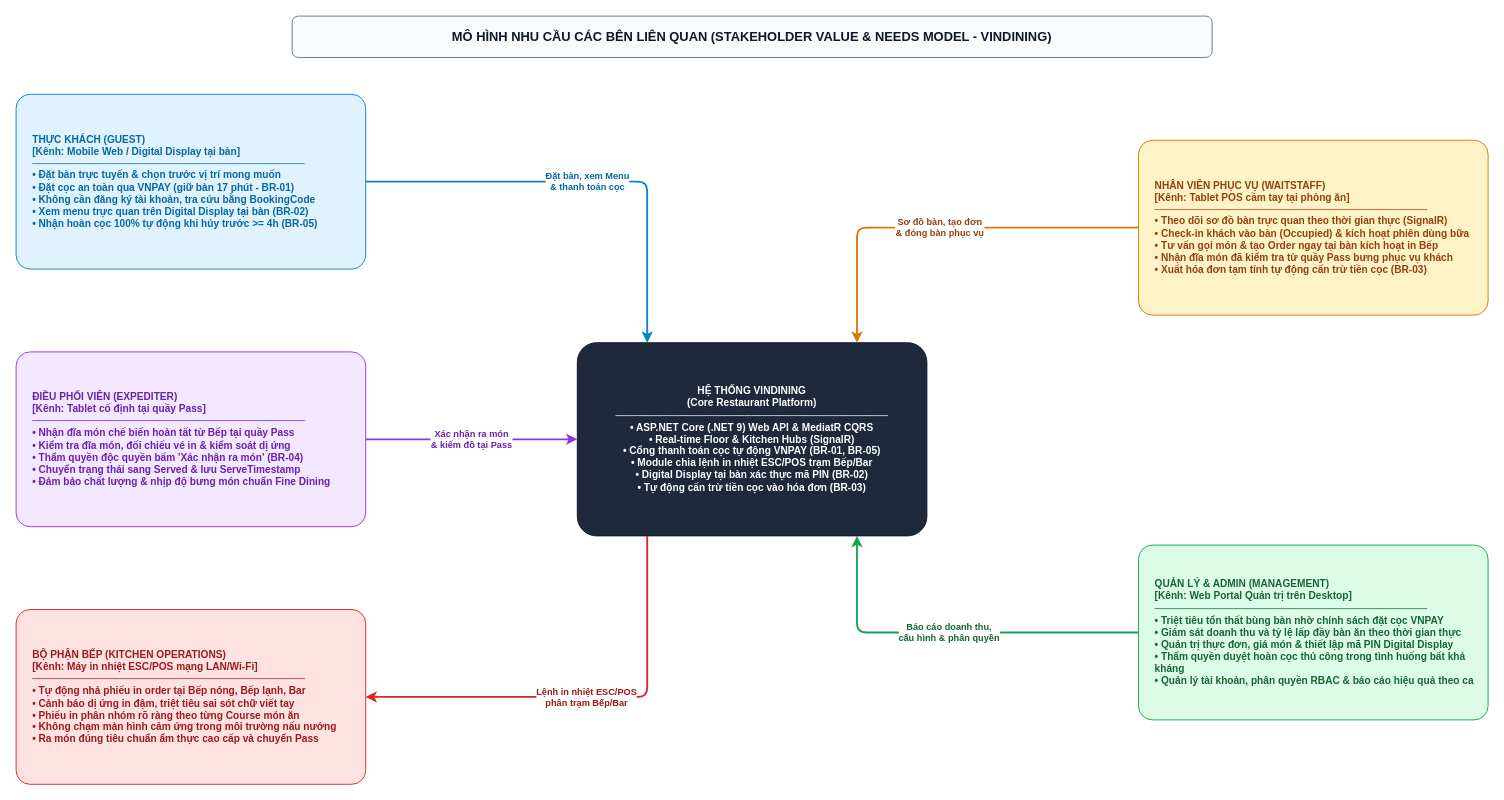
Before: docs/phase1/drawio/stakeholder_needs.drawio in AndrewQng/VinDining, a draw.io diagram. Source tidied: cells renumbered, new cells numbered last; positions are measured from the earlier drawing's top-left corner, leaving out a move shared by most shapes. Both pictures are drawn from the tidied source at 92%, with x=0, y=0 at pixel (16, 16).
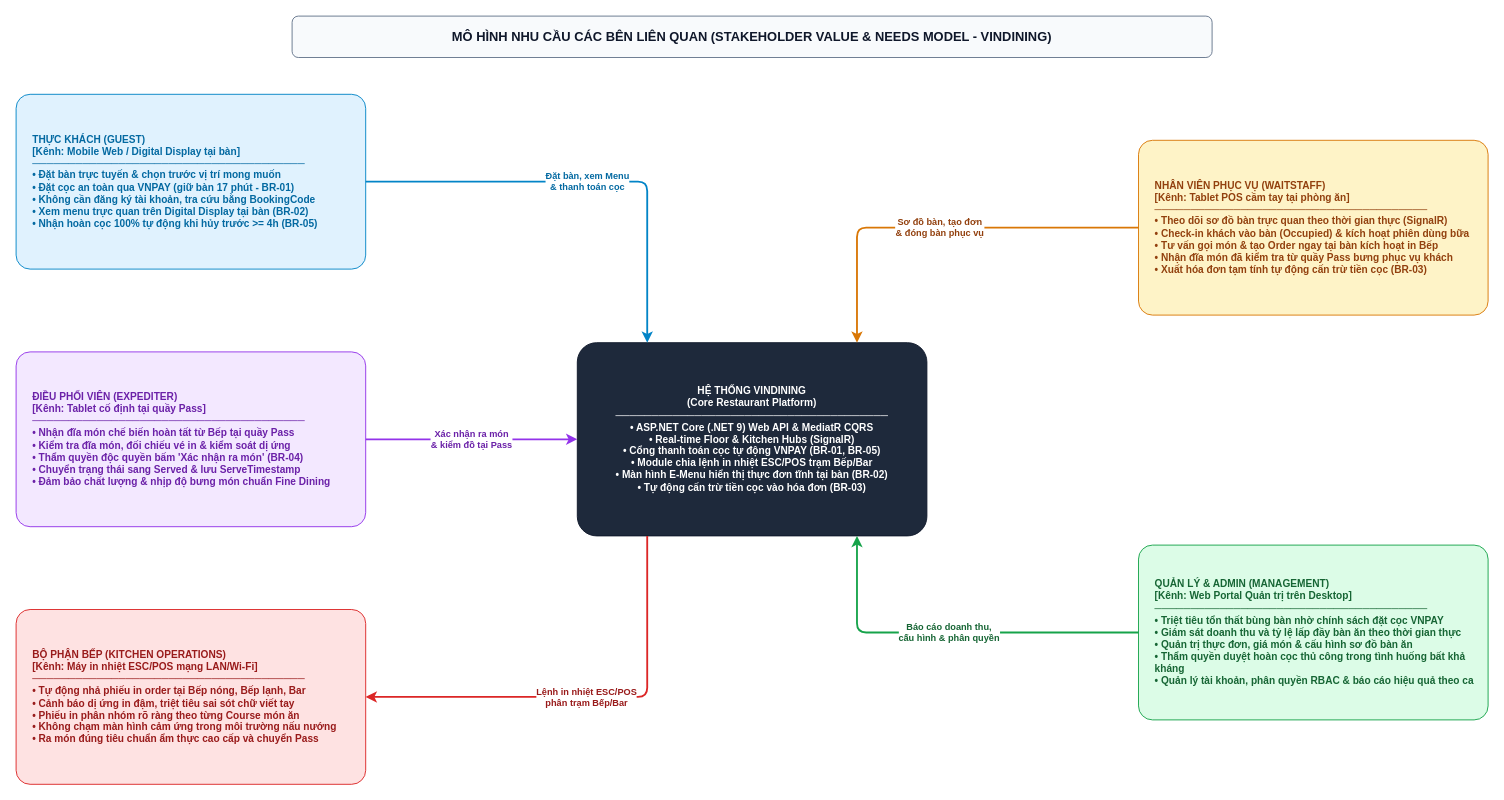
After the change.

Change to the diagram source:
```diff
@@
 <mxGraphModel>
   <root>
     <mxCell id="0" />
     <mxCell id="1" parent="0" />
     <mxCell id="2" value="MÔ HÌNH NHU CẦU CÁC BÊN LIÊN QUAN (STAKEHOLDER VALUE &amp; NEEDS MODEL - VINDINING)" style="rounded=1;whiteSpace=wrap;html=1;fillColor=#f8fafc;strokeColor=#64748b;fontStyle=1;fontSize=14;fontColor=#0f172a;" parent="1" vertex="1">
       <mxGeometry x="300" width="1000" height="45" as="geometry" />
     </mxCell>
-    <mxCell id="3" value="HỆ THỐNG VINDINING&#10;(Core Restaurant Platform)&#10;──────────────────────────────────────&#10;• ASP.NET Core (.NET 9) Web API &amp; MediatR CQRS&#10;• Real-time Floor &amp; Kitchen Hubs (SignalR)&#10;• Cổng thanh toán cọc tự động VNPAY (BR-01, BR-05)&#10;• Module chia lệnh in nhiệt ESC/POS trạm Bếp/Bar&#10;• Digital Display tại bàn xác thực mã PIN (BR-02)&#10;• Tự động cấn trừ tiền cọc vào hóa đơn (BR-03)" style="rounded=1;arcSize=10;whiteSpace=wrap;html=1;fillColor=#1e293b;strokeColor=#0f172a;fontColor=#ffffff;fontStyle=1;fontSize=11;align=center;verticalAlign=middle;spacing=10;" parent="1" vertex="1">
+    <mxCell id="3" value="HỆ THỐNG VINDINING&#10;(Core Restaurant Platform)&#10;──────────────────────────────────────&#10;• ASP.NET Core (.NET 9) Web API &amp; MediatR CQRS&#10;• Real-time Floor &amp; Kitchen Hubs (SignalR)&#10;• Cổng thanh toán cọc tự động VNPAY (BR-01, BR-05)&#10;• Module chia lệnh in nhiệt ESC/POS trạm Bếp/Bar&#10;• Màn hình E-Menu hiển thị thực đơn tĩnh tại bàn (BR-02)&#10;• Tự động cấn trừ tiền cọc vào hóa đơn (BR-03)" style="rounded=1;arcSize=10;whiteSpace=wrap;html=1;fillColor=#1e293b;strokeColor=#0f172a;fontColor=#ffffff;fontStyle=1;fontSize=11;align=center;verticalAlign=middle;spacing=10;" parent="1" vertex="1">
       <mxGeometry x="610" y="355" width="380" height="210" as="geometry" />
     </mxCell>
     <mxCell id="4" value="THỰC KHÁCH (GUEST)&#10;[Kênh: Mobile Web / Digital Display tại bàn]&#10;──────────────────────────────────────&#10;• Đặt bàn trực tuyến &amp; chọn trước vị trí mong muốn&#10;• Đặt cọc an toàn qua VNPAY (giữ bàn 17 phút - BR-01)&#10;• Không cần đăng ký tài khoản, tra cứu bằng BookingCode&#10;• Xem menu trực quan trên Digital Display tại bàn (BR-02)&#10;• Nhận hoàn cọc 100% tự động khi hủy trước &gt;= 4h (BR-05)" style="rounded=1;arcSize=8;whiteSpace=wrap;html=1;fillColor=#e0f2fe;strokeColor=#0284c7;fontColor=#0369a1;fontStyle=1;fontSize=11;align=left;verticalAlign=middle;spacingLeft=16;" parent="1" vertex="1">
       <mxGeometry y="85" width="380" height="190" as="geometry" />
     </mxCell>
     <mxCell id="5" value="ĐIỀU PHỐI VIÊN (EXPEDITER)&#10;[Kênh: Tablet cố định tại quầy Pass]&#10;──────────────────────────────────────&#10;• Nhận đĩa món chế biến hoàn tất từ Bếp tại quầy Pass&#10;• Kiểm tra đĩa món, đối chiếu vé in &amp; kiểm soát dị ứng&#10;• Thẩm quyền độc quyền bấm 'Xác nhận ra món' (BR-04)&#10;• Chuyển trạng thái sang Served &amp; lưu ServeTimestamp&#10;• Đảm bảo chất lượng &amp; nhịp độ bưng món chuẩn Fine Dining" style="rounded=1;arcSize=8;whiteSpace=wrap;html=1;fillColor=#f3e8ff;strokeColor=#9333ea;fontColor=#6b21a8;fontStyle=1;fontSize=11;align=left;verticalAlign=middle;spacingLeft=16;" parent="1" vertex="1">
       <mxGeometry y="365" width="380" height="190" as="geometry" />
     </mxCell>
     <mxCell id="6" value="BỘ PHẬN BẾP (KITCHEN OPERATIONS)&#10;[Kênh: Máy in nhiệt ESC/POS mạng LAN/Wi-Fi]&#10;──────────────────────────────────────&#10;• Tự động nhả phiếu in order tại Bếp nóng, Bếp lạnh, Bar&#10;• Cảnh báo dị ứng in đậm, triệt tiêu sai sót chữ viết tay&#10;• Phiếu in phân nhóm rõ ràng theo từng Course món ăn&#10;• Không chạm màn hình cảm ứng trong môi trường nấu nướng&#10;• Ra món đúng tiêu chuẩn ẩm thực cao cấp và chuyển Pass" style="rounded=1;arcSize=8;whiteSpace=wrap;html=1;fillColor=#fee2e2;strokeColor=#dc2626;fontColor=#991b1b;fontStyle=1;fontSize=11;align=left;verticalAlign=middle;spacingLeft=16;" parent="1" vertex="1">
       <mxGeometry y="645" width="380" height="190" as="geometry" />
     </mxCell>
     <mxCell id="7" value="NHÂN VIÊN PHỤC VỤ (WAITSTAFF)&#10;[Kênh: Tablet POS cầm tay tại phòng ăn]&#10;──────────────────────────────────────&#10;• Theo dõi sơ đồ bàn trực quan theo thời gian thực (SignalR)&#10;• Check-in khách vào bàn (Occupied) &amp; kích hoạt phiên dùng bữa&#10;• Tư vấn gọi món &amp; tạo Order ngay tại bàn kích hoạt in Bếp&#10;• Nhận đĩa món đã kiểm tra từ quầy Pass bưng phục vụ khách&#10;• Xuất hóa đơn tạm tính tự động cấn trừ tiền cọc (BR-03)" style="rounded=1;arcSize=8;whiteSpace=wrap;html=1;fillColor=#fef3c7;strokeColor=#d97706;fontColor=#92400e;fontStyle=1;fontSize=11;align=left;verticalAlign=middle;spacingLeft=16;" parent="1" vertex="1">
       <mxGeometry x="1220" y="135" width="380" height="190" as="geometry" />
     </mxCell>
-    <mxCell id="8" value="QUẢN LÝ &amp; ADMIN (MANAGEMENT)&#10;[Kênh: Web Portal Quản trị trên Desktop]&#10;──────────────────────────────────────&#10;• Triệt tiêu tổn thất bùng bàn nhờ chính sách đặt cọc VNPAY&#10;• Giám sát doanh thu và tỷ lệ lấp đầy bàn ăn theo thời gian thực&#10;• Quản trị thực đơn, giá món &amp; thiết lập mã PIN Digital Display&#10;• Thẩm quyền duyệt hoàn cọc thủ công trong tình huống bất khả kháng&#10;• Quản lý tài khoản, phân quyền RBAC &amp; báo cáo hiệu quả theo ca" style="rounded=1;arcSize=8;whiteSpace=wrap;html=1;fillColor=#dcfce7;strokeColor=#16a34a;fontColor=#166534;fontStyle=1;fontSize=11;align=left;verticalAlign=middle;spacingLeft=16;" parent="1" vertex="1">
+    <mxCell id="8" value="QUẢN LÝ &amp; ADMIN (MANAGEMENT)&#10;[Kênh: Web Portal Quản trị trên Desktop]&#10;──────────────────────────────────────&#10;• Triệt tiêu tổn thất bùng bàn nhờ chính sách đặt cọc VNPAY&#10;• Giám sát doanh thu và tỷ lệ lấp đầy bàn ăn theo thời gian thực&#10;• Quản trị thực đơn, giá món &amp; cấu hình sơ đồ bàn ăn&#10;• Thẩm quyền duyệt hoàn cọc thủ công trong tình huống bất khả kháng&#10;• Quản lý tài khoản, phân quyền RBAC &amp; báo cáo hiệu quả theo ca" style="rounded=1;arcSize=8;whiteSpace=wrap;html=1;fillColor=#dcfce7;strokeColor=#16a34a;fontColor=#166534;fontStyle=1;fontSize=11;align=left;verticalAlign=middle;spacingLeft=16;" parent="1" vertex="1">
       <mxGeometry x="1220" y="575" width="380" height="190" as="geometry" />
     </mxCell>
     <mxCell id="9" value="Đặt bàn, xem Menu&#10;&amp; thanh toán cọc" style="edgeStyle=orthogonalEdgeStyle;rounded=1;strokeColor=#0284c7;strokeWidth=2;html=1;fontSize=10;fontColor=#0369a1;fontStyle=1;labelBackgroundColor=#ffffff;exitX=1;exitY=0.5;entryX=0.2;entryY=0;" parent="1" edge="1" source="4" target="3">
       <mxGeometry relative="1" as="geometry" />
     </mxCell>
     <mxCell id="10" value="Xác nhận ra món&#10;&amp; kiểm đồ tại Pass" style="edgeStyle=orthogonalEdgeStyle;rounded=1;strokeColor=#9333ea;strokeWidth=2;html=1;fontSize=10;fontColor=#6b21a8;fontStyle=1;labelBackgroundColor=#ffffff;exitX=1;exitY=0.5;entryX=0;entryY=0.5;" parent="1" edge="1" source="5" target="3">
       <mxGeometry relative="1" as="geometry" />
     </mxCell>
     <mxCell id="11" value="Lệnh in nhiệt ESC/POS&#10;phân trạm Bếp/Bar" style="edgeStyle=orthogonalEdgeStyle;rounded=1;strokeColor=#dc2626;strokeWidth=2;html=1;fontSize=10;fontColor=#991b1b;fontStyle=1;labelBackgroundColor=#ffffff;exitX=0.2;exitY=1;entryX=1;entryY=0.5;" parent="1" edge="1" source="3" target="6">
       <mxGeometry relative="1" as="geometry" />
     </mxCell>
     <mxCell id="12" value="Sơ đồ bàn, tạo đơn&#10;&amp; đóng bàn phục vụ" style="edgeStyle=orthogonalEdgeStyle;rounded=1;strokeColor=#d97706;strokeWidth=2;html=1;fontSize=10;fontColor=#92400e;fontStyle=1;labelBackgroundColor=#ffffff;exitX=0;exitY=0.5;entryX=0.8;entryY=0;" parent="1" edge="1" source="7" target="3">
       <mxGeometry relative="1" as="geometry" />
     </mxCell>
     <mxCell id="13" value="Báo cáo doanh thu,&#10;cấu hình &amp; phân quyền" style="edgeStyle=orthogonalEdgeStyle;rounded=1;strokeColor=#16a34a;strokeWidth=2;html=1;fontSize=10;fontColor=#166534;fontStyle=1;labelBackgroundColor=#ffffff;exitX=0;exitY=0.5;entryX=0.8;entryY=1;" parent="1" edge="1" source="8" target="3">
       <mxGeometry relative="1" as="geometry" />
     </mxCell>
   </root>
 </mxGraphModel>
```
